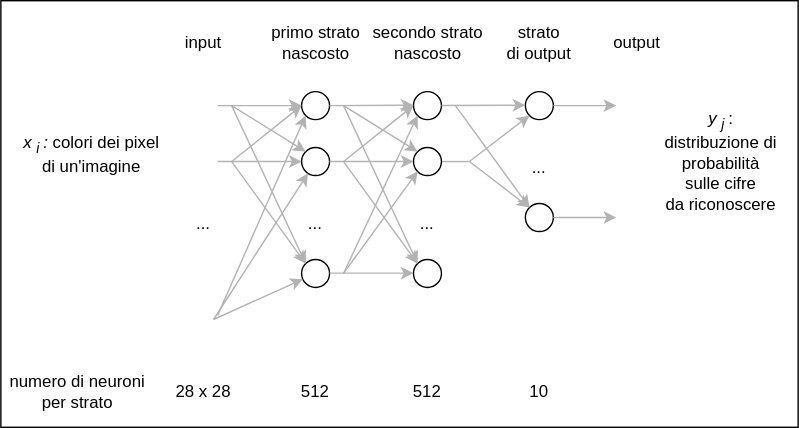
Earlier version of the draw.io export chatting/tutorial/mnist.drawio.svg (lmari/lmari.github.io). Source tidied: cells renumbered, new cells last; positions are measured from the earlier drawing's top-left corner, leaving out a move shared by most shapes. Its diagram source:
```xml
<mxGraphModel>
  <root>
    <mxCell id="0" />
    <mxCell id="1" parent="0" />
    <mxCell id="2" style="whiteSpace=wrap;html=1;" parent="1" vertex="1">
      <mxGeometry width="570" height="305" as="geometry" />
    </mxCell>
    <mxCell id="3" value="..." style="text;html=1;strokeColor=none;fillColor=none;align=center;verticalAlign=middle;whiteSpace=wrap;rounded=0;" parent="1" vertex="1">
      <mxGeometry x="135" y="145" width="20" height="30" as="geometry" />
    </mxCell>
    <mxCell id="4" value="28 x 28" style="text;html=1;strokeColor=none;fillColor=none;align=center;verticalAlign=middle;whiteSpace=wrap;rounded=0;" parent="1" vertex="1">
      <mxGeometry x="110" y="265" width="70" height="30" as="geometry" />
    </mxCell>
    <mxCell id="5" style="ellipse;whiteSpace=wrap;html=1;" parent="1" vertex="1">
      <mxGeometry x="215" y="65" width="20" height="20" as="geometry" />
    </mxCell>
    <mxCell id="6" style="ellipse;whiteSpace=wrap;html=1;" parent="1" vertex="1">
      <mxGeometry x="215" y="105" width="20" height="20" as="geometry" />
    </mxCell>
    <mxCell id="7" style="ellipse;whiteSpace=wrap;html=1;" parent="1" vertex="1">
      <mxGeometry x="215" y="185" width="20" height="20" as="geometry" />
    </mxCell>
    <mxCell id="8" value="..." style="text;html=1;strokeColor=none;fillColor=none;align=center;verticalAlign=middle;whiteSpace=wrap;rounded=0;" parent="1" vertex="1">
      <mxGeometry x="215" y="145" width="20" height="30" as="geometry" />
    </mxCell>
    <mxCell id="9" value="512" style="text;html=1;strokeColor=none;fillColor=none;align=center;verticalAlign=middle;whiteSpace=wrap;rounded=0;" parent="1" vertex="1">
      <mxGeometry x="190" y="265" width="70" height="30" as="geometry" />
    </mxCell>
    <mxCell id="10" style="endArrow=classic;html=1;strokeColor=#B3B3B3;" parent="1" edge="1" target="5">
      <mxGeometry relative="1" as="geometry">
        <mxPoint x="155" y="75" as="sourcePoint" />
      </mxGeometry>
    </mxCell>
    <mxCell id="11" style="endArrow=classic;html=1;entryX=0;entryY=0;entryDx=0;entryDy=0;strokeColor=#B3B3B3;" parent="1" edge="1" target="6">
      <mxGeometry relative="1" as="geometry">
        <mxPoint x="165" y="75" as="sourcePoint" />
      </mxGeometry>
    </mxCell>
    <mxCell id="12" style="endArrow=classic;html=1;entryX=0;entryY=0;entryDx=0;entryDy=0;strokeColor=#B3B3B3;" parent="1" edge="1" target="7">
      <mxGeometry relative="1" as="geometry">
        <mxPoint x="165" y="75" as="sourcePoint" />
      </mxGeometry>
    </mxCell>
    <mxCell id="13" style="endArrow=classic;html=1;strokeColor=#B3B3B3;entryX=0;entryY=0.5;entryDx=0;entryDy=0;" parent="1" edge="1" target="5">
      <mxGeometry relative="1" as="geometry">
        <mxPoint x="165" y="115" as="sourcePoint" />
      </mxGeometry>
    </mxCell>
    <mxCell id="14" style="endArrow=classic;html=1;strokeColor=#B3B3B3;exitX=1;exitY=0.5;exitDx=0;exitDy=0;entryX=0;entryY=0.5;entryDx=0;entryDy=0;" parent="1" edge="1" target="6">
      <mxGeometry relative="1" as="geometry">
        <mxPoint x="155" y="115" as="sourcePoint" />
      </mxGeometry>
    </mxCell>
    <mxCell id="15" style="endArrow=classic;html=1;entryX=0;entryY=0;entryDx=0;entryDy=0;strokeColor=#B3B3B3;" parent="1" edge="1" target="7">
      <mxGeometry relative="1" as="geometry">
        <mxPoint x="165" y="115" as="sourcePoint" />
      </mxGeometry>
    </mxCell>
    <mxCell id="16" style="endArrow=classic;html=1;strokeColor=#B3B3B3;exitX=1;exitY=0;exitDx=0;exitDy=0;" parent="1" edge="1" target="7">
      <mxGeometry relative="1" as="geometry">
        <mxPoint x="152.1" y="227.9" as="sourcePoint" />
      </mxGeometry>
    </mxCell>
    <mxCell id="17" style="endArrow=classic;html=1;strokeColor=#B3B3B3;exitX=1;exitY=0;exitDx=0;exitDy=0;" parent="1" edge="1" target="6">
      <mxGeometry relative="1" as="geometry">
        <mxPoint x="152.1" y="227.9" as="sourcePoint" />
      </mxGeometry>
    </mxCell>
    <mxCell id="18" style="endArrow=classic;html=1;strokeColor=#B3B3B3;entryX=0;entryY=1;entryDx=0;entryDy=0;" parent="1" edge="1" target="5">
      <mxGeometry relative="1" as="geometry">
        <mxPoint x="155" y="225" as="sourcePoint" />
      </mxGeometry>
    </mxCell>
    <mxCell id="19" style="ellipse;whiteSpace=wrap;html=1;" parent="1" vertex="1">
      <mxGeometry x="295" y="65" width="20" height="20" as="geometry" />
    </mxCell>
    <mxCell id="20" style="html=1;exitX=1;exitY=0.5;exitDx=0;exitDy=0;strokeColor=#B3B3B3;endArrow=none;endFill=0;" parent="1" edge="1" source="21">
      <mxGeometry relative="1" as="geometry">
        <mxPoint x="335" y="115" as="targetPoint" />
      </mxGeometry>
    </mxCell>
    <mxCell id="21" style="ellipse;whiteSpace=wrap;html=1;" parent="1" vertex="1">
      <mxGeometry x="295" y="105" width="20" height="20" as="geometry" />
    </mxCell>
    <mxCell id="22" style="ellipse;whiteSpace=wrap;html=1;" parent="1" vertex="1">
      <mxGeometry x="295" y="185" width="20" height="20" as="geometry" />
    </mxCell>
    <mxCell id="23" value="..." style="text;html=1;strokeColor=none;fillColor=none;align=center;verticalAlign=middle;whiteSpace=wrap;rounded=0;" parent="1" vertex="1">
      <mxGeometry x="295" y="145" width="20" height="30" as="geometry" />
    </mxCell>
    <mxCell id="24" value="512" style="text;html=1;strokeColor=none;fillColor=none;align=center;verticalAlign=middle;whiteSpace=wrap;rounded=0;" parent="1" vertex="1">
      <mxGeometry x="270" y="265" width="70" height="30" as="geometry" />
    </mxCell>
    <mxCell id="25" style="endArrow=classic;html=1;strokeColor=#B3B3B3;" parent="1" edge="1">
      <mxGeometry relative="1" as="geometry">
        <mxPoint x="235" y="75" as="sourcePoint" />
        <mxPoint x="295" y="74.8" as="targetPoint" />
      </mxGeometry>
    </mxCell>
    <mxCell id="26" style="endArrow=classic;html=1;entryX=0;entryY=0;entryDx=0;entryDy=0;strokeColor=#B3B3B3;" parent="1" edge="1">
      <mxGeometry relative="1" as="geometry">
        <mxPoint x="245" y="75" as="sourcePoint" />
        <mxPoint x="297.9" y="107.9" as="targetPoint" />
      </mxGeometry>
    </mxCell>
    <mxCell id="27" style="endArrow=classic;html=1;entryX=0;entryY=0;entryDx=0;entryDy=0;strokeColor=#B3B3B3;" parent="1" edge="1">
      <mxGeometry relative="1" as="geometry">
        <mxPoint x="245" y="75" as="sourcePoint" />
        <mxPoint x="297.9" y="187.9" as="targetPoint" />
      </mxGeometry>
    </mxCell>
    <mxCell id="28" style="endArrow=classic;html=1;strokeColor=#B3B3B3;entryX=0;entryY=0.5;entryDx=0;entryDy=0;" parent="1" edge="1">
      <mxGeometry relative="1" as="geometry">
        <mxPoint x="245" y="115" as="sourcePoint" />
        <mxPoint x="295" y="75" as="targetPoint" />
      </mxGeometry>
    </mxCell>
    <mxCell id="29" style="endArrow=classic;html=1;strokeColor=#B3B3B3;exitX=1;exitY=0.5;exitDx=0;exitDy=0;entryX=0;entryY=0.5;entryDx=0;entryDy=0;" parent="1" edge="1">
      <mxGeometry relative="1" as="geometry">
        <mxPoint x="235" y="115" as="sourcePoint" />
        <mxPoint x="295" y="115" as="targetPoint" />
      </mxGeometry>
    </mxCell>
    <mxCell id="30" style="endArrow=classic;html=1;entryX=0;entryY=0;entryDx=0;entryDy=0;strokeColor=#B3B3B3;" parent="1" edge="1">
      <mxGeometry relative="1" as="geometry">
        <mxPoint x="245" y="115" as="sourcePoint" />
        <mxPoint x="297.9" y="187.9" as="targetPoint" />
      </mxGeometry>
    </mxCell>
    <mxCell id="31" style="endArrow=classic;html=1;strokeColor=#B3B3B3;exitX=1;exitY=0.5;exitDx=0;exitDy=0;entryX=0;entryY=0.5;entryDx=0;entryDy=0;" parent="1" edge="1">
      <mxGeometry relative="1" as="geometry">
        <mxPoint x="235" y="194.8" as="sourcePoint" />
        <mxPoint x="295" y="194.8" as="targetPoint" />
      </mxGeometry>
    </mxCell>
    <mxCell id="32" style="endArrow=classic;html=1;strokeColor=#B3B3B3;entryX=0;entryY=1;entryDx=0;entryDy=0;" parent="1" edge="1" target="21">
      <mxGeometry relative="1" as="geometry">
        <mxPoint x="245" y="195" as="sourcePoint" />
      </mxGeometry>
    </mxCell>
    <mxCell id="33" style="endArrow=classic;html=1;strokeColor=#B3B3B3;entryX=0;entryY=1;entryDx=0;entryDy=0;" parent="1" edge="1" target="19">
      <mxGeometry relative="1" as="geometry">
        <mxPoint x="245" y="195" as="sourcePoint" />
      </mxGeometry>
    </mxCell>
    <mxCell id="34" style="ellipse;whiteSpace=wrap;html=1;" parent="1" vertex="1">
      <mxGeometry x="375" y="65" width="20" height="20" as="geometry" />
    </mxCell>
    <mxCell id="35" style="ellipse;whiteSpace=wrap;html=1;" parent="1" vertex="1">
      <mxGeometry x="375" y="145" width="20" height="20" as="geometry" />
    </mxCell>
    <mxCell id="36" value="..." style="text;html=1;strokeColor=none;fillColor=none;align=center;verticalAlign=middle;whiteSpace=wrap;rounded=0;" parent="1" vertex="1">
      <mxGeometry x="375" y="105" width="20" height="30" as="geometry" />
    </mxCell>
    <mxCell id="37" value="10" style="text;html=1;strokeColor=none;fillColor=none;align=center;verticalAlign=middle;whiteSpace=wrap;rounded=0;" parent="1" vertex="1">
      <mxGeometry x="350" y="265" width="70" height="30" as="geometry" />
    </mxCell>
    <mxCell id="38" style="endArrow=classic;html=1;strokeColor=#B3B3B3;" parent="1" edge="1">
      <mxGeometry relative="1" as="geometry">
        <mxPoint x="315" y="74.9" as="sourcePoint" />
        <mxPoint x="375" y="74.7" as="targetPoint" />
      </mxGeometry>
    </mxCell>
    <mxCell id="39" style="endArrow=classic;html=1;strokeColor=#B3B3B3;entryX=0;entryY=0;entryDx=0;entryDy=0;" parent="1" edge="1" target="35">
      <mxGeometry relative="1" as="geometry">
        <mxPoint x="325" y="75" as="sourcePoint" />
      </mxGeometry>
    </mxCell>
    <mxCell id="40" style="endArrow=classic;html=1;strokeColor=#B3B3B3;entryX=0;entryY=1;entryDx=0;entryDy=0;" parent="1" edge="1" target="34">
      <mxGeometry relative="1" as="geometry">
        <mxPoint x="335" y="115" as="sourcePoint" />
      </mxGeometry>
    </mxCell>
    <mxCell id="41" style="endArrow=classic;html=1;strokeColor=#B3B3B3;entryX=0;entryY=0;entryDx=0;entryDy=0;" parent="1" edge="1" target="35">
      <mxGeometry relative="1" as="geometry">
        <mxPoint x="335" y="115" as="sourcePoint" />
      </mxGeometry>
    </mxCell>
    <mxCell id="42" value="&lt;i style=&quot;border-color: var(--border-color);&quot;&gt;x&lt;sub&gt;i&lt;/sub&gt; :&amp;nbsp;&lt;/i&gt;colori dei pixel&lt;br&gt;di un'imagine" style="text;html=1;strokeColor=none;fillColor=none;align=center;verticalAlign=middle;whiteSpace=wrap;rounded=0;" parent="1" vertex="1">
      <mxGeometry x="10" y="95" width="110" height="30" as="geometry" />
    </mxCell>
    <mxCell id="43" value="&lt;i&gt;y&lt;sub&gt;j&lt;/sub&gt;&lt;/i&gt;: distribuzione di probabilità sulle&amp;nbsp;cifre&lt;br&gt;da riconoscere" style="text;html=1;strokeColor=none;fillColor=none;align=center;verticalAlign=middle;whiteSpace=wrap;rounded=0;" parent="1" vertex="1">
      <mxGeometry x="470" y="92.5" width="90" height="45" as="geometry" />
    </mxCell>
    <mxCell id="44" value="numero di neuroni&lt;br&gt;per strato" style="text;html=1;strokeColor=none;fillColor=none;align=center;verticalAlign=middle;whiteSpace=wrap;rounded=0;" parent="1" vertex="1">
      <mxGeometry y="265" width="110" height="30" as="geometry" />
    </mxCell>
    <mxCell id="45" value="input" style="text;html=1;strokeColor=none;fillColor=none;align=center;verticalAlign=middle;whiteSpace=wrap;rounded=0;" parent="1" vertex="1">
      <mxGeometry x="115" y="15" width="60" height="30" as="geometry" />
    </mxCell>
    <mxCell id="46" value="primo strato&lt;br&gt;nascosto" style="text;html=1;strokeColor=none;fillColor=none;align=center;verticalAlign=middle;whiteSpace=wrap;rounded=0;" parent="1" vertex="1">
      <mxGeometry x="187.5" y="15" width="75" height="30" as="geometry" />
    </mxCell>
    <mxCell id="47" value="secondo strato&lt;br&gt;nascosto" style="text;html=1;strokeColor=none;fillColor=none;align=center;verticalAlign=middle;whiteSpace=wrap;rounded=0;" parent="1" vertex="1">
      <mxGeometry x="262.5" y="15" width="85" height="30" as="geometry" />
    </mxCell>
    <mxCell id="48" value="strato&lt;br&gt;di output" style="text;html=1;strokeColor=none;fillColor=none;align=center;verticalAlign=middle;whiteSpace=wrap;rounded=0;" parent="1" vertex="1">
      <mxGeometry x="355" y="15" width="60" height="30" as="geometry" />
    </mxCell>
    <mxCell id="49" style="endArrow=classic;html=1;strokeColor=#B3B3B3;exitX=1;exitY=0.5;exitDx=0;exitDy=0;" parent="1" edge="1" source="34">
      <mxGeometry relative="1" as="geometry">
        <mxPoint x="440" y="75" as="targetPoint" />
      </mxGeometry>
    </mxCell>
    <mxCell id="50" style="endArrow=classic;html=1;strokeColor=#B3B3B3;exitX=1;exitY=0.5;exitDx=0;exitDy=0;" parent="1" edge="1" source="35">
      <mxGeometry relative="1" as="geometry">
        <mxPoint x="440" y="155" as="targetPoint" />
      </mxGeometry>
    </mxCell>
    <mxCell id="51" value="output" style="text;html=1;strokeColor=none;fillColor=none;align=center;verticalAlign=middle;whiteSpace=wrap;rounded=0;" parent="1" vertex="1">
      <mxGeometry x="425" y="15" width="60" height="30" as="geometry" />
    </mxCell>
  </root>
</mxGraphModel>
```
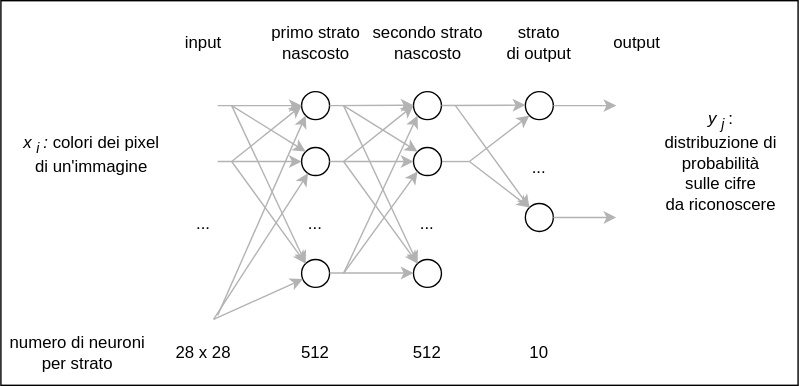
Later version of the same file.

Diff of the diagram source:
```diff
@@ -3,13 +3,13 @@
     <mxCell id="0" />
     <mxCell id="1" parent="0" />
     <mxCell id="2" style="whiteSpace=wrap;html=1;" parent="1" vertex="1">
-      <mxGeometry width="570" height="305" as="geometry" />
+      <mxGeometry width="570" height="275" as="geometry" />
     </mxCell>
     <mxCell id="3" value="..." style="text;html=1;strokeColor=none;fillColor=none;align=center;verticalAlign=middle;whiteSpace=wrap;rounded=0;" parent="1" vertex="1">
       <mxGeometry x="135" y="145" width="20" height="30" as="geometry" />
     </mxCell>
     <mxCell id="4" value="28 x 28" style="text;html=1;strokeColor=none;fillColor=none;align=center;verticalAlign=middle;whiteSpace=wrap;rounded=0;" parent="1" vertex="1">
-      <mxGeometry x="110" y="265" width="70" height="30" as="geometry" />
+      <mxGeometry x="110" y="237" width="70" height="30" as="geometry" />
     </mxCell>
     <mxCell id="5" style="ellipse;whiteSpace=wrap;html=1;" parent="1" vertex="1">
       <mxGeometry x="215" y="65" width="20" height="20" as="geometry" />
@@ -24,7 +24,7 @@
       <mxGeometry x="215" y="145" width="20" height="30" as="geometry" />
     </mxCell>
     <mxCell id="9" value="512" style="text;html=1;strokeColor=none;fillColor=none;align=center;verticalAlign=middle;whiteSpace=wrap;rounded=0;" parent="1" vertex="1">
-      <mxGeometry x="190" y="265" width="70" height="30" as="geometry" />
+      <mxGeometry x="190" y="237" width="70" height="30" as="geometry" />
     </mxCell>
     <mxCell id="10" style="endArrow=classic;html=1;strokeColor=#B3B3B3;" parent="1" edge="1" target="5">
       <mxGeometry relative="1" as="geometry">
@@ -89,7 +89,7 @@
       <mxGeometry x="295" y="145" width="20" height="30" as="geometry" />
     </mxCell>
     <mxCell id="24" value="512" style="text;html=1;strokeColor=none;fillColor=none;align=center;verticalAlign=middle;whiteSpace=wrap;rounded=0;" parent="1" vertex="1">
-      <mxGeometry x="270" y="265" width="70" height="30" as="geometry" />
+      <mxGeometry x="270" y="237" width="70" height="30" as="geometry" />
     </mxCell>
     <mxCell id="25" style="endArrow=classic;html=1;strokeColor=#B3B3B3;" parent="1" edge="1">
       <mxGeometry relative="1" as="geometry">
@@ -153,7 +153,7 @@
       <mxGeometry x="375" y="105" width="20" height="30" as="geometry" />
     </mxCell>
     <mxCell id="37" value="10" style="text;html=1;strokeColor=none;fillColor=none;align=center;verticalAlign=middle;whiteSpace=wrap;rounded=0;" parent="1" vertex="1">
-      <mxGeometry x="350" y="265" width="70" height="30" as="geometry" />
+      <mxGeometry x="350" y="237" width="70" height="30" as="geometry" />
     </mxCell>
     <mxCell id="38" style="endArrow=classic;html=1;strokeColor=#B3B3B3;" parent="1" edge="1">
       <mxGeometry relative="1" as="geometry">
@@ -176,14 +176,14 @@
         <mxPoint x="335" y="115" as="sourcePoint" />
       </mxGeometry>
     </mxCell>
-    <mxCell id="42" value="&lt;i style=&quot;border-color: var(--border-color);&quot;&gt;x&lt;sub&gt;i&lt;/sub&gt; :&amp;nbsp;&lt;/i&gt;colori dei pixel&lt;br&gt;di un'imagine" style="text;html=1;strokeColor=none;fillColor=none;align=center;verticalAlign=middle;whiteSpace=wrap;rounded=0;" parent="1" vertex="1">
+    <mxCell id="42" value="&lt;i style=&quot;border-color: var(--border-color);&quot;&gt;x&lt;sub&gt;i&lt;/sub&gt; :&amp;nbsp;&lt;/i&gt;colori dei pixel&lt;br&gt;di un'immagine" style="text;html=1;strokeColor=none;fillColor=none;align=center;verticalAlign=middle;whiteSpace=wrap;rounded=0;" parent="1" vertex="1">
       <mxGeometry x="10" y="95" width="110" height="30" as="geometry" />
     </mxCell>
     <mxCell id="43" value="&lt;i&gt;y&lt;sub&gt;j&lt;/sub&gt;&lt;/i&gt;: distribuzione di probabilità sulle&amp;nbsp;cifre&lt;br&gt;da riconoscere" style="text;html=1;strokeColor=none;fillColor=none;align=center;verticalAlign=middle;whiteSpace=wrap;rounded=0;" parent="1" vertex="1">
       <mxGeometry x="470" y="92.5" width="90" height="45" as="geometry" />
     </mxCell>
     <mxCell id="44" value="numero di neuroni&lt;br&gt;per strato" style="text;html=1;strokeColor=none;fillColor=none;align=center;verticalAlign=middle;whiteSpace=wrap;rounded=0;" parent="1" vertex="1">
-      <mxGeometry y="265" width="110" height="30" as="geometry" />
+      <mxGeometry y="237" width="110" height="30" as="geometry" />
     </mxCell>
     <mxCell id="45" value="input" style="text;html=1;strokeColor=none;fillColor=none;align=center;verticalAlign=middle;whiteSpace=wrap;rounded=0;" parent="1" vertex="1">
       <mxGeometry x="115" y="15" width="60" height="30" as="geometry" />
```
